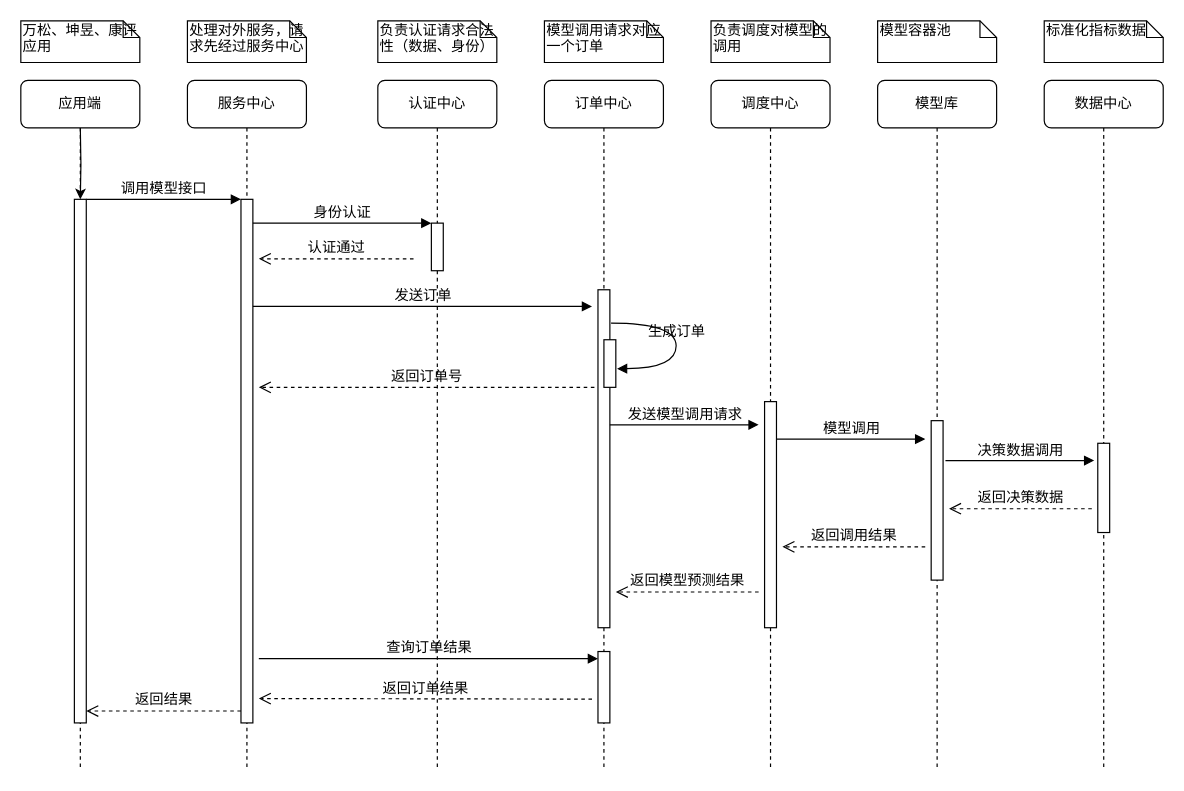
This is page "模型调用流程" (1 of 2) of 主动健康一脑多端.drawio from jingmingcn/drawio, a draw.io file, before an edit. Source tidied: cells renumbered, new cells numbered last; positions are measured from the earlier drawing's top-left corner, leaving out a move shared by most shapes. Both pictures are drawn from the tidied source at 119%, with x=0, y=0 at pixel (20, 20).
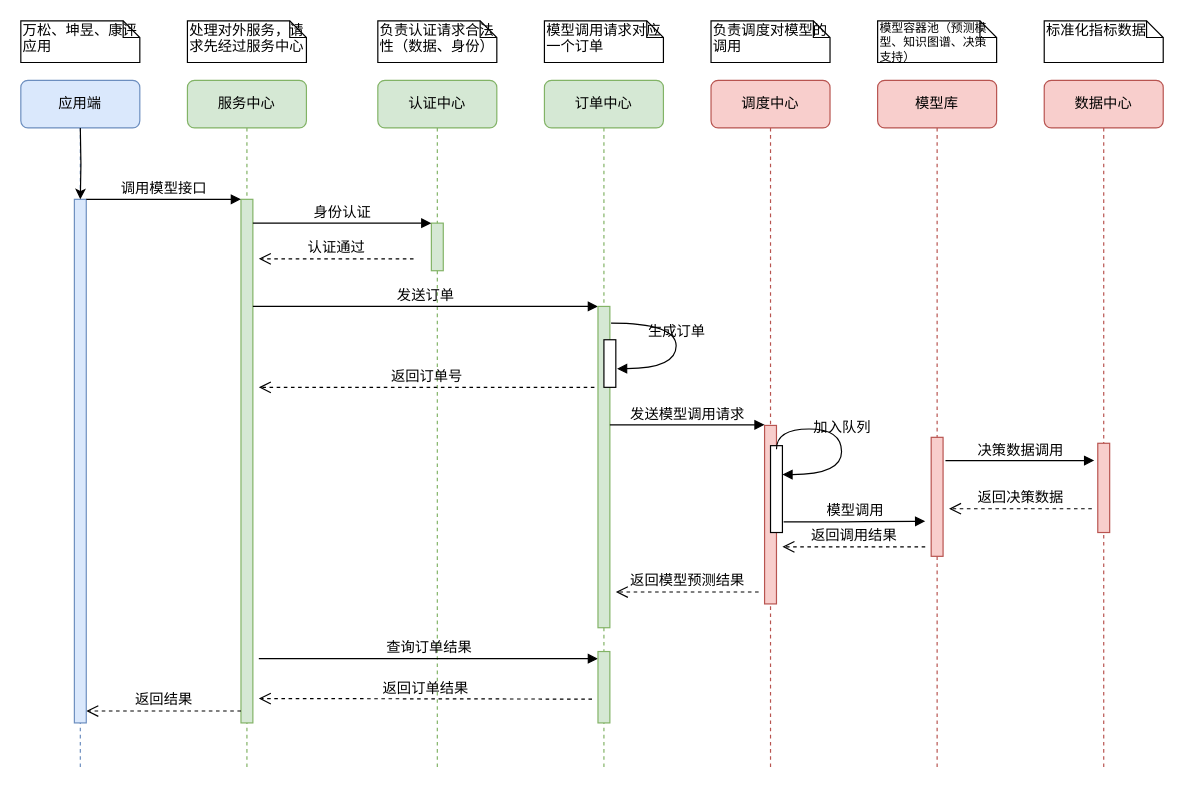
Above is the later version.

Commit message:
Update 主动健康一脑多端.drawio

Change to the diagram source:
```diff
@@
-    <mxCell id="2" value="服务中心" style="shape=umlLifeline;perimeter=lifelinePerimeter;whiteSpace=wrap;html=1;rounded=1;shadow=0;comic=0;labelBackgroundColor=none;strokeWidth=1;fontFamily=Verdana;fontSize=12;align=center;" parent="1" vertex="1">
+    <mxCell id="2" value="服务中心" style="shape=umlLifeline;perimeter=lifelinePerimeter;whiteSpace=wrap;html=1;rounded=1;shadow=0;comic=0;labelBackgroundColor=none;strokeWidth=1;fontFamily=Verdana;fontSize=12;align=center;fillColor=#d5e8d4;strokeColor=#82b366;" parent="1" vertex="1">
       <mxGeometry x="140" y="50" width="100" height="580" as="geometry" />
     </mxCell>
-    <mxCell id="3" style="html=1;points=[];perimeter=orthogonalPerimeter;rounded=0;shadow=0;comic=0;labelBackgroundColor=none;strokeWidth=1;fontFamily=Verdana;fontSize=12;align=center;" parent="2" vertex="1">
+    <mxCell id="3" style="html=1;points=[];perimeter=orthogonalPerimeter;rounded=0;shadow=0;comic=0;labelBackgroundColor=none;strokeWidth=1;fontFamily=Verdana;fontSize=12;align=center;fillColor=#d5e8d4;strokeColor=#82b366;" parent="2" vertex="1">
       <mxGeometry x="45" y="100" width="10" height="440" as="geometry" />
     </mxCell>
@@
-    <mxCell id="5" value="认证中心" style="shape=umlLifeline;perimeter=lifelinePerimeter;whiteSpace=wrap;html=1;rounded=1;shadow=0;comic=0;labelBackgroundColor=none;strokeWidth=1;fontFamily=Verdana;fontSize=12;align=center;" parent="1" vertex="1">
+    <mxCell id="5" value="认证中心" style="shape=umlLifeline;perimeter=lifelinePerimeter;whiteSpace=wrap;html=1;rounded=1;shadow=0;comic=0;labelBackgroundColor=none;strokeWidth=1;fontFamily=Verdana;fontSize=12;align=center;fillColor=#d5e8d4;strokeColor=#82b366;" parent="1" vertex="1">
       <mxGeometry x="300" y="50" width="100" height="580" as="geometry" />
     </mxCell>
-    <mxCell id="6" style="html=1;points=[];perimeter=orthogonalPerimeter;rounded=0;shadow=0;comic=0;labelBackgroundColor=none;strokeWidth=1;fontFamily=Verdana;fontSize=12;align=center;" parent="5" vertex="1">
+    <mxCell id="6" style="html=1;points=[];perimeter=orthogonalPerimeter;rounded=0;shadow=0;comic=0;labelBackgroundColor=none;strokeWidth=1;fontFamily=Verdana;fontSize=12;align=center;fillColor=#d5e8d4;strokeColor=#82b366;" parent="5" vertex="1">
       <mxGeometry x="45" y="120" width="10" height="40" as="geometry" />
     </mxCell>
     <mxCell id="7" value="发送订单" style="html=1;verticalAlign=bottom;endArrow=block;labelBackgroundColor=none;fontFamily=Verdana;fontSize=12;edgeStyle=elbowEdgeStyle;elbow=vertical;" parent="5" edge="1">
       <mxGeometry relative="1" as="geometry">
         <mxPoint x="-105" y="190" as="sourcePoint" />
-        <mxPoint x="180" y="190" as="targetPoint" />
+        <mxPoint x="185" y="190" as="targetPoint" />
       </mxGeometry>
     </mxCell>
@@
-    <mxCell id="9" value="订单中心" style="shape=umlLifeline;perimeter=lifelinePerimeter;whiteSpace=wrap;html=1;rounded=1;shadow=0;comic=0;labelBackgroundColor=none;strokeWidth=1;fontFamily=Verdana;fontSize=12;align=center;" parent="1" vertex="1">
+    <mxCell id="9" value="订单中心" style="shape=umlLifeline;perimeter=lifelinePerimeter;whiteSpace=wrap;html=1;rounded=1;shadow=0;comic=0;labelBackgroundColor=none;strokeWidth=1;fontFamily=Verdana;fontSize=12;align=center;fillColor=#d5e8d4;strokeColor=#82b366;" parent="1" vertex="1">
       <mxGeometry x="440" y="50" width="100" height="580" as="geometry" />
     </mxCell>
-    <mxCell id="10" style="html=1;perimeter=orthogonalPerimeter;rounded=0;shadow=0;comic=0;labelBackgroundColor=none;strokeWidth=1;fontFamily=Verdana;fontSize=12;align=center;" parent="9" vertex="1">
-      <mxGeometry x="45" y="176" width="10" height="284" as="geometry" />
+    <mxCell id="10" style="html=1;perimeter=orthogonalPerimeter;rounded=0;shadow=0;comic=0;labelBackgroundColor=none;strokeWidth=1;fontFamily=Verdana;fontSize=12;align=center;fillColor=#d5e8d4;strokeColor=#82b366;" parent="9" vertex="1">
+      <mxGeometry x="45" y="190" width="10" height="270" as="geometry" />
     </mxCell>
@@
-    <mxCell id="12" value="调度中心" style="shape=umlLifeline;perimeter=lifelinePerimeter;whiteSpace=wrap;html=1;rounded=1;shadow=0;comic=0;labelBackgroundColor=none;strokeWidth=1;fontFamily=Verdana;fontSize=12;align=center;" parent="1" vertex="1">
+    <mxCell id="12" value="调度中心" style="shape=umlLifeline;perimeter=lifelinePerimeter;whiteSpace=wrap;html=1;rounded=1;shadow=0;comic=0;labelBackgroundColor=none;strokeWidth=1;fontFamily=Verdana;fontSize=12;align=center;fillColor=#f8cecc;strokeColor=#b85450;" parent="1" vertex="1">
       <mxGeometry x="580" y="50" width="100" height="580" as="geometry" />
     </mxCell>
-    <mxCell id="13" style="html=1;perimeter=orthogonalPerimeter;rounded=0;shadow=0;comic=0;labelBackgroundColor=none;strokeWidth=1;fontFamily=Verdana;fontSize=12;align=center;" parent="12" vertex="1">
-      <mxGeometry x="45" y="270" width="10" height="190" as="geometry" />
+    <mxCell id="13" style="html=1;perimeter=orthogonalPerimeter;rounded=0;shadow=0;comic=0;labelBackgroundColor=none;strokeWidth=1;fontFamily=Verdana;fontSize=12;align=center;fillColor=#f8cecc;strokeColor=#b85450;" parent="12" vertex="1">
+      <mxGeometry x="45" y="290" width="10" height="150" as="geometry" />
     </mxCell>
     <mxCell id="14" value="发送模型调用请求" style="html=1;verticalAlign=bottom;endArrow=block;labelBackgroundColor=none;fontFamily=Verdana;fontSize=12;edgeStyle=elbowEdgeStyle;elbow=horizontal;" parent="12" edge="1">
       <mxGeometry relative="1" as="geometry">
         <mxPoint x="-85" y="289.5" as="sourcePoint" />
-        <mxPoint x="40" y="289.5" as="targetPoint" />
+        <mxPoint x="45" y="289.5" as="targetPoint" />
       </mxGeometry>
     </mxCell>
@@
+    <mxCell id="41" style="html=1;perimeter=orthogonalPerimeter;rounded=0;shadow=0;comic=0;labelBackgroundColor=none;strokeWidth=1;fontFamily=Verdana;fontSize=12;align=center;" parent="12" vertex="1">
+      <mxGeometry x="50" y="307" width="10" height="73" as="geometry" />
+    </mxCell>
+    <mxCell id="42" value="加入队列" style="html=1;verticalAlign=bottom;endArrow=block;labelBackgroundColor=none;fontFamily=Verdana;fontSize=12;elbow=vertical;edgeStyle=orthogonalEdgeStyle;curved=1;entryX=1;entryY=0.286;entryPerimeter=0;exitX=1.038;exitY=0.345;exitPerimeter=0;" parent="12" edge="1">
+      <mxGeometry relative="1" as="geometry">
+        <mxPoint x="55" y="310" as="sourcePoint" />
+        <mxPoint x="60" y="331.3" as="targetPoint" />
+        <Array as="points">
+          <mxPoint x="109.7" y="293" />
+          <mxPoint x="109.7" y="331" />
+        </Array>
+      </mxGeometry>
+    </mxCell>
-    <mxCell id="16" value="模型库" style="shape=umlLifeline;perimeter=lifelinePerimeter;whiteSpace=wrap;html=1;rounded=1;shadow=0;comic=0;labelBackgroundColor=none;strokeWidth=1;fontFamily=Verdana;fontSize=12;align=center;" parent="1" vertex="1">
+    <mxCell id="16" value="模型库" style="shape=umlLifeline;perimeter=lifelinePerimeter;whiteSpace=wrap;html=1;rounded=1;shadow=0;comic=0;labelBackgroundColor=none;strokeWidth=1;fontFamily=Verdana;fontSize=12;align=center;fillColor=#f8cecc;strokeColor=#b85450;" parent="1" vertex="1">
       <mxGeometry x="720" y="50" width="100" height="580" as="geometry" />
     </mxCell>
-    <mxCell id="17" style="html=1;perimeter=orthogonalPerimeter;rounded=0;shadow=0;comic=0;labelBackgroundColor=none;strokeWidth=1;fontFamily=Verdana;fontSize=12;align=center;" parent="16" vertex="1">
-      <mxGeometry x="45" y="286" width="10" height="134" as="geometry" />
+    <mxCell id="17" style="html=1;perimeter=orthogonalPerimeter;rounded=0;shadow=0;comic=0;labelBackgroundColor=none;strokeWidth=1;fontFamily=Verdana;fontSize=12;align=center;fillColor=#f8cecc;strokeColor=#b85450;" parent="16" vertex="1">
+      <mxGeometry x="45" y="300" width="10" height="100" as="geometry" />
     </mxCell>
     <mxCell id="18" value="模型调用" style="html=1;verticalAlign=bottom;endArrow=block;labelBackgroundColor=none;fontFamily=Verdana;fontSize=12;edgeStyle=elbowEdgeStyle;elbow=horizontal;" parent="16" edge="1">
       <mxGeometry relative="1" as="geometry">
-        <mxPoint x="-85" y="301.5" as="sourcePoint" />
-        <mxPoint x="40" y="301.5" as="targetPoint" />
+        <mxPoint x="-79" y="371" as="sourcePoint" />
+        <mxPoint x="40" y="370.5" as="targetPoint" />
       </mxGeometry>
     </mxCell>
@@
-    <mxCell id="20" value="数据中心" style="shape=umlLifeline;perimeter=lifelinePerimeter;whiteSpace=wrap;html=1;rounded=1;shadow=0;comic=0;labelBackgroundColor=none;strokeWidth=1;fontFamily=Verdana;fontSize=12;align=center;" parent="1" vertex="1">
+    <mxCell id="20" value="数据中心" style="shape=umlLifeline;perimeter=lifelinePerimeter;whiteSpace=wrap;html=1;rounded=1;shadow=0;comic=0;labelBackgroundColor=none;strokeWidth=1;fontFamily=Verdana;fontSize=12;align=center;fillColor=#f8cecc;strokeColor=#b85450;" parent="1" vertex="1">
       <mxGeometry x="860" y="50" width="100" height="580" as="geometry" />
     </mxCell>
-    <mxCell id="21" style="html=1;perimeter=orthogonalPerimeter;rounded=0;shadow=0;comic=0;labelBackgroundColor=none;strokeColor=#000000;strokeWidth=1;fillColor=#FFFFFF;fontFamily=Verdana;fontSize=12;fontColor=#000000;align=center;" parent="20" vertex="1">
+    <mxCell id="21" style="html=1;perimeter=orthogonalPerimeter;rounded=0;shadow=0;comic=0;labelBackgroundColor=none;strokeColor=#b85450;strokeWidth=1;fillColor=#f8cecc;fontFamily=Verdana;fontSize=12;align=center;" parent="20" vertex="1">
       <mxGeometry x="45" y="305" width="10" height="75" as="geometry" />
     </mxCell>
@@
-    <mxCell id="24" value="应用端" style="shape=umlLifeline;perimeter=lifelinePerimeter;whiteSpace=wrap;html=1;rounded=1;shadow=0;comic=0;labelBackgroundColor=none;strokeWidth=1;fontFamily=Verdana;fontSize=12;align=center;" parent="1" vertex="1">
+    <mxCell id="24" value="应用端" style="shape=umlLifeline;perimeter=lifelinePerimeter;whiteSpace=wrap;html=1;rounded=1;shadow=0;comic=0;labelBackgroundColor=none;strokeWidth=1;fontFamily=Verdana;fontSize=12;align=center;fillColor=#dae8fc;strokeColor=#6c8ebf;" parent="1" vertex="1">
       <mxGeometry y="50" width="100" height="580" as="geometry" />
     </mxCell>
-    <mxCell id="25" style="html=1;points=[];perimeter=orthogonalPerimeter;rounded=0;shadow=0;comic=0;labelBackgroundColor=none;strokeWidth=1;fontFamily=Verdana;fontSize=12;align=center;" parent="24" vertex="1">
+    <mxCell id="25" style="html=1;points=[];perimeter=orthogonalPerimeter;rounded=0;shadow=0;comic=0;labelBackgroundColor=none;strokeWidth=1;fontFamily=Verdana;fontSize=12;align=center;fillColor=#dae8fc;strokeColor=#6c8ebf;" parent="24" vertex="1">
       <mxGeometry x="45" y="100" width="10" height="440" as="geometry" />
     </mxCell>
@@
-    <mxCell id="34" value="模型容器池" style="shape=note;whiteSpace=wrap;html=1;size=14;verticalAlign=top;align=left;spacingTop=-6;rounded=0;shadow=0;comic=0;labelBackgroundColor=none;strokeWidth=1;fontFamily=Verdana;fontSize=12;" parent="1" vertex="1">
+    <mxCell id="34" value="模型容器池（预测模型、知识图谱、决策支持）" style="shape=note;whiteSpace=wrap;html=1;size=14;verticalAlign=top;align=left;spacingTop=-6;rounded=0;shadow=0;comic=0;labelBackgroundColor=none;strokeWidth=1;fontFamily=Verdana;fontSize=10;" parent="1" vertex="1">
       <mxGeometry x="720" width="100" height="35" as="geometry" />
     </mxCell>
@@
-    <mxCell id="39" style="html=1;perimeter=orthogonalPerimeter;rounded=0;shadow=0;comic=0;labelBackgroundColor=none;strokeWidth=1;fontFamily=Verdana;fontSize=12;align=center;" parent="1" vertex="1">
+    <mxCell id="39" style="html=1;perimeter=orthogonalPerimeter;rounded=0;shadow=0;comic=0;labelBackgroundColor=none;strokeWidth=1;fontFamily=Verdana;fontSize=12;align=center;fillColor=#d5e8d4;strokeColor=#82b366;" parent="1" vertex="1">
       <mxGeometry x="485" y="530" width="10" height="60" as="geometry" />
     </mxCell>
```
